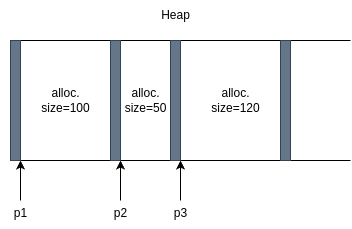
This is assets/mainfree.png from lefosg/my-malloc-free, a draw.io export, as it was before one commit. Source tidied: cells renumbered, new cells last; positions are measured from the earlier drawing's top-left corner, leaving out a move shared by most shapes. Its diagram source:
```xml
<mxGraphModel>
  <root>
    <mxCell id="0" />
    <mxCell id="1" parent="0" />
    <mxCell id="2" style="endArrow=none;html=1;rounded=0;" parent="1" edge="1">
      <mxGeometry relative="1" as="geometry">
        <mxPoint x="10" y="40" as="sourcePoint" />
        <mxPoint x="350" y="40" as="targetPoint" />
      </mxGeometry>
    </mxCell>
    <mxCell id="3" style="endArrow=none;html=1;rounded=0;" parent="1" edge="1">
      <mxGeometry relative="1" as="geometry">
        <mxPoint x="10" y="160" as="sourcePoint" />
        <mxPoint x="350" y="160" as="targetPoint" />
      </mxGeometry>
    </mxCell>
    <mxCell id="4" style="endArrow=classic;html=1;rounded=0;" parent="1" edge="1">
      <mxGeometry relative="1" as="geometry">
        <mxPoint x="20" y="200" as="sourcePoint" />
        <mxPoint x="20" y="160" as="targetPoint" />
      </mxGeometry>
    </mxCell>
    <mxCell id="5" value="Heap" style="text;html=1;align=center;verticalAlign=middle;strokeColor=none;fillColor=none;" parent="1" vertex="1">
      <mxGeometry x="150" width="50" height="30" as="geometry" />
    </mxCell>
    <mxCell id="6" style="rounded=0;whiteSpace=wrap;html=1;fillColor=#647687;fontColor=#ffffff;strokeColor=#314354;" parent="1" vertex="1">
      <mxGeometry x="10" y="40" width="10" height="120" as="geometry" />
    </mxCell>
    <mxCell id="7" style="endArrow=none;html=1;rounded=0;" parent="1" edge="1">
      <mxGeometry relative="1" as="geometry">
        <mxPoint x="110" y="160" as="sourcePoint" />
        <mxPoint x="110" y="40" as="targetPoint" />
      </mxGeometry>
    </mxCell>
    <mxCell id="8" value="alloc.&lt;div&gt;size=100&lt;/div&gt;" style="text;html=1;align=center;verticalAlign=middle;strokeColor=none;fillColor=none;" parent="1" vertex="1">
      <mxGeometry x="30" y="80" width="70" height="40" as="geometry" />
    </mxCell>
    <mxCell id="9" style="rounded=0;whiteSpace=wrap;html=1;fillColor=#647687;fontColor=#ffffff;strokeColor=#314354;" parent="1" vertex="1">
      <mxGeometry x="110" y="40" width="10" height="120" as="geometry" />
    </mxCell>
    <mxCell id="10" style="rounded=0;whiteSpace=wrap;html=1;fillColor=#647687;fontColor=#ffffff;strokeColor=#314354;" parent="1" vertex="1">
      <mxGeometry x="170" y="40" width="10" height="120" as="geometry" />
    </mxCell>
    <mxCell id="11" style="rounded=0;whiteSpace=wrap;html=1;fillColor=#647687;fontColor=#ffffff;strokeColor=#314354;" parent="1" vertex="1">
      <mxGeometry x="280" y="40" width="10" height="120" as="geometry" />
    </mxCell>
    <mxCell id="12" value="alloc.&lt;div&gt;size=50&lt;/div&gt;" style="text;html=1;align=center;verticalAlign=middle;strokeColor=none;fillColor=none;" parent="1" vertex="1">
      <mxGeometry x="110" y="80" width="70" height="40" as="geometry" />
    </mxCell>
    <mxCell id="13" value="alloc.&lt;div&gt;size=120&lt;/div&gt;" style="text;html=1;align=center;verticalAlign=middle;strokeColor=none;fillColor=none;" parent="1" vertex="1">
      <mxGeometry x="200" y="80" width="70" height="40" as="geometry" />
    </mxCell>
    <mxCell id="14" style="endArrow=classic;html=1;rounded=0;" parent="1" edge="1">
      <mxGeometry relative="1" as="geometry">
        <mxPoint x="120" y="200" as="sourcePoint" />
        <mxPoint x="120" y="160" as="targetPoint" />
      </mxGeometry>
    </mxCell>
    <mxCell id="15" style="endArrow=classic;html=1;rounded=0;" parent="1" edge="1">
      <mxGeometry relative="1" as="geometry">
        <mxPoint x="180" y="200" as="sourcePoint" />
        <mxPoint x="180" y="160" as="targetPoint" />
      </mxGeometry>
    </mxCell>
    <mxCell id="16" value="p1" style="text;html=1;align=center;verticalAlign=middle;strokeColor=none;fillColor=none;" parent="1" vertex="1">
      <mxGeometry y="198" width="40" height="30" as="geometry" />
    </mxCell>
    <mxCell id="17" value="p2" style="text;html=1;align=center;verticalAlign=middle;strokeColor=none;fillColor=none;" parent="1" vertex="1">
      <mxGeometry x="100" y="198" width="40" height="30" as="geometry" />
    </mxCell>
    <mxCell id="18" value="p3" style="text;html=1;align=center;verticalAlign=middle;strokeColor=none;fillColor=none;" parent="1" vertex="1">
      <mxGeometry x="160" y="198" width="40" height="30" as="geometry" />
    </mxCell>
  </root>
</mxGraphModel>
```
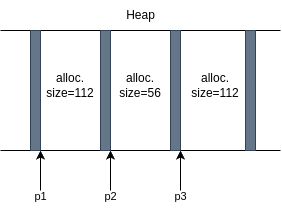
Later version of the same file.

The edit, as a diff of the source:
```diff
@@ -2,74 +2,80 @@
   <root>
     <mxCell id="0" />
     <mxCell id="1" parent="0" />
-    <mxCell id="2" style="endArrow=none;html=1;rounded=0;" parent="1" edge="1">
-      <mxGeometry relative="1" as="geometry">
-        <mxPoint x="10" y="40" as="sourcePoint" />
-        <mxPoint x="350" y="40" as="targetPoint" />
-      </mxGeometry>
-    </mxCell>
-    <mxCell id="3" style="endArrow=none;html=1;rounded=0;" parent="1" edge="1">
-      <mxGeometry relative="1" as="geometry">
-        <mxPoint x="10" y="160" as="sourcePoint" />
-        <mxPoint x="350" y="160" as="targetPoint" />
-      </mxGeometry>
-    </mxCell>
-    <mxCell id="4" style="endArrow=classic;html=1;rounded=0;" parent="1" edge="1">
-      <mxGeometry relative="1" as="geometry">
-        <mxPoint x="20" y="200" as="sourcePoint" />
-        <mxPoint x="20" y="160" as="targetPoint" />
-      </mxGeometry>
-    </mxCell>
+    <mxCell id="19" style="endArrow=none;html=1;rounded=0;" parent="1" edge="1">
+      <mxGeometry relative="1" as="geometry">
+        <mxPoint x="-10" y="-50" as="sourcePoint" />
+        <mxPoint x="270" y="-50" as="targetPoint" />
+      </mxGeometry>
+    </mxCell>
+    <mxCell id="20" style="endArrow=none;html=1;rounded=0;" parent="1" edge="1">
+      <mxGeometry relative="1" as="geometry">
+        <mxPoint x="-10" y="70" as="sourcePoint" />
+        <mxPoint x="270" y="70" as="targetPoint" />
+      </mxGeometry>
+    </mxCell>
+    <mxCell id="21" style="endArrow=none;html=1;rounded=0;" parent="1" edge="1">
+      <mxGeometry relative="1" as="geometry">
+        <mxPoint x="20" y="70" as="sourcePoint" />
+        <mxPoint x="20" y="-50" as="targetPoint" />
+      </mxGeometry>
+    </mxCell>
+    <mxCell id="22" style="endArrow=none;html=1;rounded=0;" parent="1" edge="1">
+      <mxGeometry relative="1" as="geometry">
+        <mxPoint x="235" y="70" as="sourcePoint" />
+        <mxPoint x="235" y="-50" as="targetPoint" />
+      </mxGeometry>
+    </mxCell>
+    <mxCell id="23" style="rounded=0;whiteSpace=wrap;html=1;fillColor=#647687;fontColor=#ffffff;strokeColor=#314354;" parent="1" vertex="1">
+      <mxGeometry x="20" y="-50" width="10" height="120" as="geometry" />
+    </mxCell>
+    <mxCell id="24" style="rounded=0;whiteSpace=wrap;html=1;fillColor=#647687;fontColor=#ffffff;strokeColor=#314354;" parent="1" vertex="1">
+      <mxGeometry x="160" y="-50" width="10" height="120" as="geometry" />
+    </mxCell>
+    <mxCell id="25" style="rounded=0;whiteSpace=wrap;html=1;fillColor=#647687;fontColor=#ffffff;strokeColor=#314354;" parent="1" vertex="1">
+      <mxGeometry x="235" y="-50" width="10" height="120" as="geometry" />
+    </mxCell>
+    <mxCell id="26" value="alloc.&lt;div&gt;size=112&lt;/div&gt;" style="text;html=1;align=center;verticalAlign=middle;whiteSpace=wrap;rounded=0;" parent="1" vertex="1">
+      <mxGeometry x="45" y="-5" width="30" height="20" as="geometry" />
+    </mxCell>
+    <mxCell id="27" value="alloc.&lt;div&gt;size=112&lt;/div&gt;" style="text;html=1;align=center;verticalAlign=middle;whiteSpace=wrap;rounded=0;" parent="1" vertex="1">
+      <mxGeometry x="190" y="-5" width="30" height="20" as="geometry" />
+    </mxCell>
+    <mxCell id="28" style="rounded=0;whiteSpace=wrap;html=1;fillColor=#647687;fontColor=#ffffff;strokeColor=#314354;" parent="1" vertex="1">
+      <mxGeometry x="90" y="-50" width="10" height="120" as="geometry" />
+    </mxCell>
+    <mxCell id="29" value="alloc.&lt;div&gt;size=56&lt;/div&gt;" style="text;html=1;align=center;verticalAlign=middle;whiteSpace=wrap;rounded=0;" parent="1" vertex="1">
+      <mxGeometry x="115" y="-5" width="30" height="20" as="geometry" />
+    </mxCell>
     <mxCell id="5" value="Heap" style="text;html=1;align=center;verticalAlign=middle;strokeColor=none;fillColor=none;" parent="1" vertex="1">
-      <mxGeometry x="150" width="50" height="30" as="geometry" />
+      <mxGeometry x="105" y="-80" width="50" height="30" as="geometry" />
     </mxCell>
-    <mxCell id="6" style="rounded=0;whiteSpace=wrap;html=1;fillColor=#647687;fontColor=#ffffff;strokeColor=#314354;" parent="1" vertex="1">
-      <mxGeometry x="10" y="40" width="10" height="120" as="geometry" />
-    </mxCell>
-    <mxCell id="7" style="endArrow=none;html=1;rounded=0;" parent="1" edge="1">
-      <mxGeometry relative="1" as="geometry">
-        <mxPoint x="110" y="160" as="sourcePoint" />
-        <mxPoint x="110" y="40" as="targetPoint" />
-      </mxGeometry>
-    </mxCell>
-    <mxCell id="8" value="alloc.&lt;div&gt;size=100&lt;/div&gt;" style="text;html=1;align=center;verticalAlign=middle;strokeColor=none;fillColor=none;" parent="1" vertex="1">
-      <mxGeometry x="30" y="80" width="70" height="40" as="geometry" />
-    </mxCell>
-    <mxCell id="9" style="rounded=0;whiteSpace=wrap;html=1;fillColor=#647687;fontColor=#ffffff;strokeColor=#314354;" parent="1" vertex="1">
-      <mxGeometry x="110" y="40" width="10" height="120" as="geometry" />
-    </mxCell>
-    <mxCell id="10" style="rounded=0;whiteSpace=wrap;html=1;fillColor=#647687;fontColor=#ffffff;strokeColor=#314354;" parent="1" vertex="1">
-      <mxGeometry x="170" y="40" width="10" height="120" as="geometry" />
-    </mxCell>
-    <mxCell id="11" style="rounded=0;whiteSpace=wrap;html=1;fillColor=#647687;fontColor=#ffffff;strokeColor=#314354;" parent="1" vertex="1">
-      <mxGeometry x="280" y="40" width="10" height="120" as="geometry" />
-    </mxCell>
-    <mxCell id="12" value="alloc.&lt;div&gt;size=50&lt;/div&gt;" style="text;html=1;align=center;verticalAlign=middle;strokeColor=none;fillColor=none;" parent="1" vertex="1">
-      <mxGeometry x="110" y="80" width="70" height="40" as="geometry" />
-    </mxCell>
-    <mxCell id="13" value="alloc.&lt;div&gt;size=120&lt;/div&gt;" style="text;html=1;align=center;verticalAlign=middle;strokeColor=none;fillColor=none;" parent="1" vertex="1">
-      <mxGeometry x="200" y="80" width="70" height="40" as="geometry" />
-    </mxCell>
-    <mxCell id="14" style="endArrow=classic;html=1;rounded=0;" parent="1" edge="1">
-      <mxGeometry relative="1" as="geometry">
-        <mxPoint x="120" y="200" as="sourcePoint" />
-        <mxPoint x="120" y="160" as="targetPoint" />
-      </mxGeometry>
-    </mxCell>
-    <mxCell id="15" style="endArrow=classic;html=1;rounded=0;" parent="1" edge="1">
-      <mxGeometry relative="1" as="geometry">
-        <mxPoint x="180" y="200" as="sourcePoint" />
-        <mxPoint x="180" y="160" as="targetPoint" />
-      </mxGeometry>
-    </mxCell>
+    <mxCell id="30" style="endArrow=classic;html=1;rounded=0;" parent="1" edge="1">
+      <mxGeometry relative="1" as="geometry">
+        <mxPoint x="30" y="110" as="sourcePoint" />
+        <mxPoint x="30" y="70" as="targetPoint" />
+      </mxGeometry>
+    </mxCell>
-    <mxCell id="16" value="p1" style="text;html=1;align=center;verticalAlign=middle;strokeColor=none;fillColor=none;" parent="1" vertex="1">
-      <mxGeometry y="198" width="40" height="30" as="geometry" />
+    <mxCell id="16" value="&lt;font style=&quot;font-size: 11px;&quot;&gt;p1&lt;/font&gt;" style="text;html=1;align=center;verticalAlign=middle;strokeColor=none;fillColor=none;" parent="1" vertex="1">
+      <mxGeometry x="10" y="101" width="40" height="30" as="geometry" />
     </mxCell>
+    <mxCell id="31" style="endArrow=classic;html=1;rounded=0;" parent="1" edge="1">
+      <mxGeometry relative="1" as="geometry">
+        <mxPoint x="100" y="110" as="sourcePoint" />
+        <mxPoint x="100" y="70" as="targetPoint" />
+      </mxGeometry>
+    </mxCell>
-    <mxCell id="17" value="p2" style="text;html=1;align=center;verticalAlign=middle;strokeColor=none;fillColor=none;" parent="1" vertex="1">
-      <mxGeometry x="100" y="198" width="40" height="30" as="geometry" />
+    <mxCell id="17" value="&lt;font style=&quot;font-size: 11px;&quot;&gt;p2&lt;/font&gt;" style="text;html=1;align=center;verticalAlign=middle;strokeColor=none;fillColor=none;" parent="1" vertex="1">
+      <mxGeometry x="80" y="101" width="40" height="30" as="geometry" />
     </mxCell>
+    <mxCell id="32" style="endArrow=classic;html=1;rounded=0;" parent="1" edge="1">
+      <mxGeometry relative="1" as="geometry">
+        <mxPoint x="170" y="110" as="sourcePoint" />
+        <mxPoint x="170" y="70" as="targetPoint" />
+      </mxGeometry>
+    </mxCell>
-    <mxCell id="18" value="p3" style="text;html=1;align=center;verticalAlign=middle;strokeColor=none;fillColor=none;" parent="1" vertex="1">
-      <mxGeometry x="160" y="198" width="40" height="30" as="geometry" />
+    <mxCell id="18" value="&lt;font style=&quot;font-size: 11px;&quot;&gt;p3&lt;/font&gt;" style="text;html=1;align=center;verticalAlign=middle;strokeColor=none;fillColor=none;" parent="1" vertex="1">
+      <mxGeometry x="150" y="101" width="40" height="30" as="geometry" />
     </mxCell>
   </root>
 </mxGraphModel>
```
